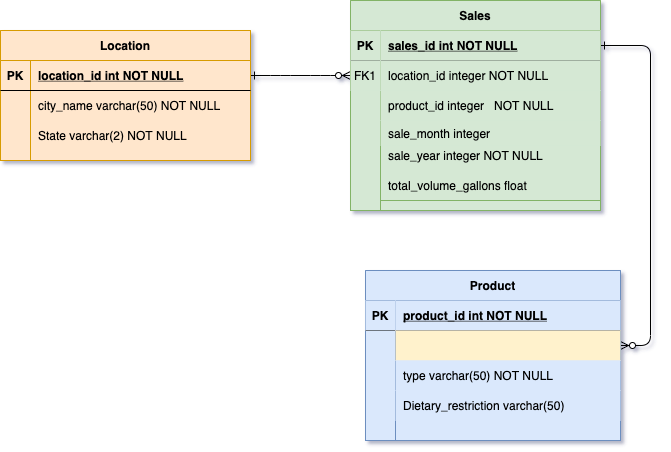
littlek/Bootcamp keeps this draw.io diagram as Untitled Diagram.png. Above is the earlier version. Source tidied: cells renumbered, new cells last; positions are measured from the earlier drawing's top-left corner, leaving out a move shared by most shapes. Source of this version:
```xml
<mxGraphModel>
  <root>
    <mxCell id="0" />
    <mxCell id="1" parent="0" />
    <mxCell id="2" style="edgeStyle=entityRelationEdgeStyle;endArrow=ERzeroToMany;startArrow=ERone;endFill=1;startFill=0;" parent="1" edge="1" source="6" target="32">
      <mxGeometry relative="1" as="geometry" />
    </mxCell>
    <mxCell id="3" style="edgeStyle=entityRelationEdgeStyle;endArrow=ERzeroToMany;startArrow=ERone;endFill=1;startFill=0;" parent="1" edge="1" source="29" target="20">
      <mxGeometry relative="1" as="geometry" />
    </mxCell>
    <mxCell id="4" style="group;fillColor=#ffe6cc;strokeColor=#d79b00;" parent="1" vertex="1">
      <mxGeometry y="30" width="250" height="130" as="geometry" />
    </mxCell>
    <mxCell id="5" value="Location" style="shape=table;startSize=30;rowLines=0;fontStyle=1;align=center;fillColor=#ffe6cc;strokeColor=#d79b00;" parent="4" vertex="1">
      <mxGeometry width="250" height="130" as="geometry" />
    </mxCell>
    <mxCell id="6" style="shape=partialRectangle;fillColor=none;points=[[0,0.5],[1,0.5]];portConstraint=eastwest;top=0;left=0;right=0;bottom=1;" parent="5" vertex="1">
      <mxGeometry y="30" width="250" height="30" as="geometry" />
    </mxCell>
    <mxCell id="7" value="PK" style="shape=partialRectangle;overflow=hidden;fillColor=none;top=0;left=0;bottom=0;right=0;fontStyle=1;" parent="6" vertex="1">
      <mxGeometry width="30" height="30" as="geometry" />
    </mxCell>
    <mxCell id="8" value="location_id int NOT NULL " style="shape=partialRectangle;overflow=hidden;fillColor=none;top=0;left=0;bottom=0;right=0;align=left;spacingLeft=6;fontStyle=5;" parent="6" vertex="1">
      <mxGeometry x="30" width="220" height="30" as="geometry" />
    </mxCell>
    <mxCell id="9" style="shape=partialRectangle;fillColor=none;top=0;left=0;right=0;bottom=0;" parent="5" vertex="1">
      <mxGeometry y="60" width="250" height="30" as="geometry" />
    </mxCell>
    <mxCell id="10" style="shape=partialRectangle;overflow=hidden;fillColor=none;top=0;left=0;bottom=0;right=0;" parent="9" vertex="1">
      <mxGeometry width="30" height="30" as="geometry" />
    </mxCell>
    <mxCell id="11" value="city_name varchar(50) NOT NULL" style="shape=partialRectangle;overflow=hidden;fillColor=none;top=0;left=0;bottom=0;right=0;align=left;spacingLeft=6;" parent="9" vertex="1">
      <mxGeometry x="30" width="220" height="30" as="geometry" />
    </mxCell>
    <mxCell id="12" style="shape=partialRectangle;fillColor=none;top=0;left=0;right=0;bottom=0;" parent="4" vertex="1">
      <mxGeometry y="90" width="250" height="30" as="geometry" />
    </mxCell>
    <mxCell id="13" style="shape=partialRectangle;overflow=hidden;fillColor=none;top=0;left=0;bottom=0;right=0;" parent="12" vertex="1">
      <mxGeometry width="30" height="30" as="geometry" />
    </mxCell>
    <mxCell id="14" value="State varchar(2) NOT NULL" style="shape=partialRectangle;overflow=hidden;fillColor=none;top=0;left=0;bottom=0;right=0;align=left;spacingLeft=6;" parent="12" vertex="1">
      <mxGeometry x="30" width="220" height="30" as="geometry" />
    </mxCell>
    <mxCell id="15" style="group;fillColor=#dae8fc;strokeColor=#6c8ebf;" parent="1" vertex="1">
      <mxGeometry x="365" y="270" width="255" height="170" as="geometry" />
    </mxCell>
    <mxCell id="16" value="Product" style="shape=table;startSize=30;rowLines=0;fontStyle=1;align=center;fillColor=#dae8fc;strokeColor=#6c8ebf;" parent="15" vertex="1">
      <mxGeometry width="255" height="170" as="geometry" />
    </mxCell>
    <mxCell id="17" style="shape=partialRectangle;fillColor=none;top=0;left=0;right=0;bottom=1;" parent="16" vertex="1">
      <mxGeometry y="30" width="255" height="30" as="geometry" />
    </mxCell>
    <mxCell id="18" value="PK" style="shape=partialRectangle;overflow=hidden;fillColor=#dae8fc;top=0;left=0;bottom=0;right=0;fontStyle=1;strokeColor=#6c8ebf;" parent="17" vertex="1">
      <mxGeometry width="30" height="30" as="geometry" />
    </mxCell>
    <mxCell id="19" value="product_id int NOT NULL " style="shape=partialRectangle;overflow=hidden;fillColor=#dae8fc;top=0;left=0;bottom=0;right=0;align=left;spacingLeft=6;fontStyle=5;strokeColor=#6c8ebf;" parent="17" vertex="1">
      <mxGeometry x="30" width="225" height="30" as="geometry" />
    </mxCell>
    <mxCell id="20" style="shape=partialRectangle;fillColor=none;points=[[0,0.5],[1,0.5]];portConstraint=eastwest;top=0;left=0;right=0;bottom=0;" parent="16" vertex="1">
      <mxGeometry y="60" width="255" height="30" as="geometry" />
    </mxCell>
    <mxCell id="21" style="shape=partialRectangle;overflow=hidden;fillColor=none;top=0;left=0;bottom=0;right=0;" parent="20" vertex="1">
      <mxGeometry width="30" height="30" as="geometry" />
    </mxCell>
    <mxCell id="22" style="shape=partialRectangle;overflow=hidden;fillColor=#fff2cc;top=0;left=0;bottom=0;right=0;align=left;spacingLeft=6;strokeColor=#d6b656;fontStyle=2;" parent="20" vertex="1">
      <mxGeometry x="30" width="225" height="30" as="geometry" />
    </mxCell>
    <mxCell id="23" style="shape=partialRectangle;fillColor=none;top=0;left=0;right=0;bottom=0;" parent="16" vertex="1">
      <mxGeometry y="90" width="255" height="30" as="geometry" />
    </mxCell>
    <mxCell id="24" style="shape=partialRectangle;overflow=hidden;fillColor=none;top=0;left=0;bottom=0;right=0;" parent="23" vertex="1">
      <mxGeometry width="30" height="30" as="geometry" />
    </mxCell>
    <mxCell id="25" value="type varchar(50) NOT NULL" style="shape=partialRectangle;overflow=hidden;fillColor=#dae8fc;top=0;left=0;bottom=0;right=0;align=left;spacingLeft=6;strokeColor=#6c8ebf;" parent="23" vertex="1">
      <mxGeometry x="30" width="225" height="30" as="geometry" />
    </mxCell>
    <mxCell id="26" value="Dietary_restriction varchar(50) " style="shape=partialRectangle;overflow=hidden;fillColor=#dae8fc;top=0;left=0;bottom=0;right=0;align=left;spacingLeft=6;strokeColor=#6c8ebf;" parent="15" vertex="1">
      <mxGeometry x="30" y="120" width="225" height="30" as="geometry" />
    </mxCell>
    <mxCell id="27" style="group;fillColor=#d5e8d4;strokeColor=#82b366;" parent="1" vertex="1">
      <mxGeometry x="350" width="250" height="210" as="geometry" />
    </mxCell>
    <mxCell id="28" value="Sales" style="shape=table;startSize=30;rowLines=0;fontStyle=1;align=center;fillColor=#d5e8d4;strokeColor=#82b366;" parent="27" vertex="1">
      <mxGeometry width="250" height="210" as="geometry" />
    </mxCell>
    <mxCell id="29" style="shape=partialRectangle;fillColor=none;points=[[0,0.5],[1,0.5]];portConstraint=eastwest;top=0;left=0;right=0;bottom=1;" parent="28" vertex="1">
      <mxGeometry y="30" width="250" height="30" as="geometry" />
    </mxCell>
    <mxCell id="30" value="PK" style="shape=partialRectangle;overflow=hidden;fillColor=#d5e8d4;top=0;left=0;bottom=0;right=0;fontStyle=1;strokeColor=#82b366;" parent="29" vertex="1">
      <mxGeometry width="30" height="30" as="geometry" />
    </mxCell>
    <mxCell id="31" value="sales_id int NOT NULL " style="shape=partialRectangle;overflow=hidden;fillColor=#d5e8d4;top=0;left=0;bottom=0;right=0;align=left;spacingLeft=6;fontStyle=5;strokeColor=#82b366;" parent="29" vertex="1">
      <mxGeometry x="30" width="220" height="30" as="geometry" />
    </mxCell>
    <mxCell id="32" style="shape=partialRectangle;fillColor=none;points=[[0,0.5],[1,0.5]];portConstraint=eastwest;top=0;left=0;right=0;bottom=0;" parent="28" vertex="1">
      <mxGeometry y="60" width="250" height="30" as="geometry" />
    </mxCell>
    <mxCell id="33" value="FK1" style="shape=partialRectangle;overflow=hidden;fillColor=#d5e8d4;top=0;left=0;bottom=0;right=0;strokeColor=#82b366;" parent="32" vertex="1">
      <mxGeometry width="30" height="30" as="geometry" />
    </mxCell>
    <mxCell id="34" value="location_id integer NOT NULL" style="shape=partialRectangle;overflow=hidden;fillColor=#d5e8d4;top=0;left=0;bottom=0;right=0;align=left;spacingLeft=6;strokeColor=#82b366;" parent="32" vertex="1">
      <mxGeometry x="30" width="220" height="30" as="geometry" />
    </mxCell>
    <mxCell id="35" style="shape=partialRectangle;fillColor=none;top=0;left=0;right=0;bottom=0;" parent="28" vertex="1">
      <mxGeometry y="90" width="250" height="30" as="geometry" />
    </mxCell>
    <mxCell id="36" style="shape=partialRectangle;overflow=hidden;fillColor=none;top=0;left=0;bottom=0;right=0;" parent="35" vertex="1">
      <mxGeometry width="30" height="30" as="geometry" />
    </mxCell>
    <mxCell id="37" value="product_id integer   NOT NULL" style="shape=partialRectangle;overflow=hidden;fillColor=#d5e8d4;top=0;left=0;bottom=0;right=0;align=left;spacingLeft=6;strokeColor=#82b366;" parent="35" vertex="1">
      <mxGeometry x="30" width="220" height="30" as="geometry" />
    </mxCell>
    <mxCell id="38" style="group;fillColor=#d5e8d4;strokeColor=#82b366;" parent="27" vertex="1">
      <mxGeometry x="30" y="140" width="220" height="60" as="geometry" />
    </mxCell>
    <mxCell id="39" value="total_volume_gallons float " style="shape=partialRectangle;overflow=hidden;fillColor=none;top=0;left=0;bottom=0;right=0;align=left;spacingLeft=6;" parent="38" vertex="1">
      <mxGeometry y="30" width="220" height="30" as="geometry" />
    </mxCell>
    <mxCell id="40" value="sale_year integer NOT NULL" style="shape=partialRectangle;overflow=hidden;fillColor=none;top=0;left=0;bottom=0;right=0;align=left;spacingLeft=6;" parent="38" vertex="1">
      <mxGeometry width="220" height="30" as="geometry" />
    </mxCell>
    <mxCell id="41" value="sale_month integer " style="shape=partialRectangle;overflow=hidden;fillColor=#d5e8d4;top=0;left=0;bottom=0;right=0;align=left;spacingLeft=6;strokeColor=none;" parent="1" vertex="1">
      <mxGeometry x="380" y="120" width="220" height="25" as="geometry" />
    </mxCell>
  </root>
</mxGraphModel>
```
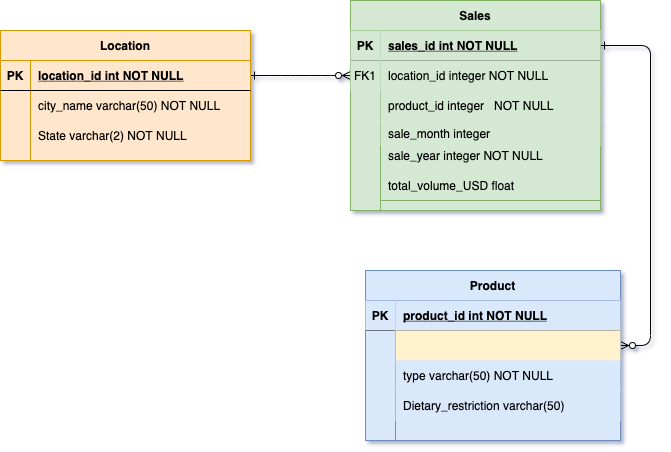
Above is the later version.

Commit message:
chipolte monthly sales .png

Diff of the diagram source:
```diff
@@ -113,7 +113,7 @@
     <mxCell id="38" style="group;fillColor=#d5e8d4;strokeColor=#82b366;" parent="27" vertex="1">
       <mxGeometry x="30" y="140" width="220" height="60" as="geometry" />
     </mxCell>
-    <mxCell id="39" value="total_volume_gallons float " style="shape=partialRectangle;overflow=hidden;fillColor=none;top=0;left=0;bottom=0;right=0;align=left;spacingLeft=6;" parent="38" vertex="1">
+    <mxCell id="39" value="total_volume_USD float " style="shape=partialRectangle;overflow=hidden;fillColor=none;top=0;left=0;bottom=0;right=0;align=left;spacingLeft=6;" parent="38" vertex="1">
       <mxGeometry y="30" width="220" height="30" as="geometry" />
     </mxCell>
     <mxCell id="40" value="sale_year integer NOT NULL" style="shape=partialRectangle;overflow=hidden;fillColor=none;top=0;left=0;bottom=0;right=0;align=left;spacingLeft=6;" parent="38" vertex="1">
```
